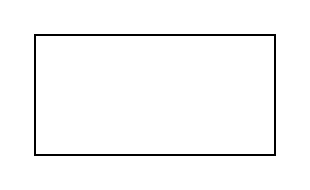
Earlier version of the draw.io diagram 未命名绘图.drawio (except-xu/draw.io). Source tidied: cells renumbered, new cells numbered last; positions are measured from the earlier drawing's top-left corner, leaving out a move shared by most shapes. Both pictures are drawn from the tidied source at 200%, with x=0, y=0 at pixel (34, 34).
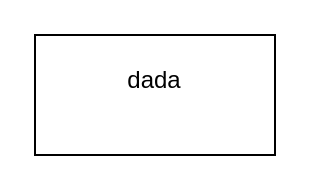
Above is the later version.

Commit message (it also covers changes not shown here):
更新未命名绘图.drawio

The edit, as a diff of the source:
```diff
@@
 <mxGraphModel>
   <root>
     <mxCell id="0" />
     <mxCell id="1" parent="0" />
-    <mxCell id="2" style="rounded=0;whiteSpace=wrap;html=1;" parent="1" vertex="1">
+    <mxCell id="2" value="dada&lt;div&gt;&lt;br&gt;&lt;/div&gt;" style="rounded=0;whiteSpace=wrap;html=1;" parent="1" vertex="1">
       <mxGeometry width="120" height="60" as="geometry" />
     </mxCell>
   </root>
 </mxGraphModel>
```
